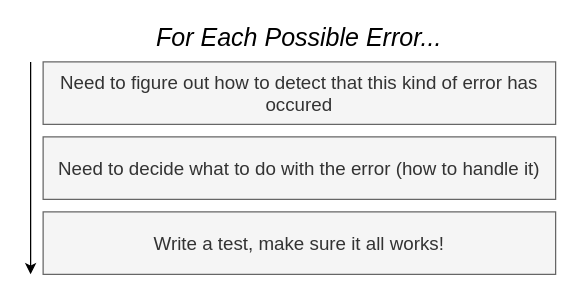
The draw.io diagram page "17 - proc" (12 of 19) of diagrams/08/01.drawio in HappySuzuki/microservices-cast, before the edit. Source tidied: cells renumbered, new cells numbered last; positions are measured from the earlier drawing's top-left corner, leaving out a move shared by most shapes. Both pictures are drawn from the tidied source at 125%, with x=0, y=0 at pixel (30, 24).
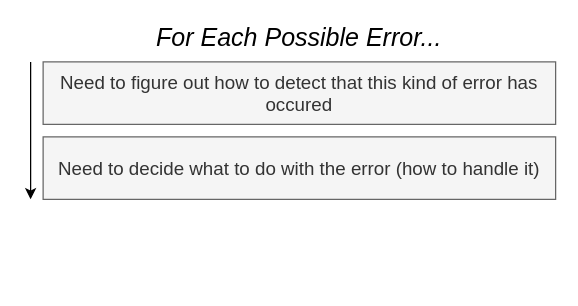
Above is the later version.

Change to the diagram source:
```diff
@@
 <mxGraphModel>
   <root>
     <mxCell id="0" />
     <mxCell id="1" parent="0" />
     <mxCell id="2" value="Need to figure out how to detect that this kind of error has occured" style="rounded=0;whiteSpace=wrap;html=1;fontSize=15;align=center;fillColor=#f5f5f5;strokeColor=#666666;fontColor=#333333;" parent="1" vertex="1">
       <mxGeometry x="10" y="30" width="410" height="50" as="geometry" />
     </mxCell>
     <mxCell id="3" style="endArrow=classic;html=1;fontSize=15;" parent="1" edge="1">
       <mxGeometry relative="1" as="geometry">
         <mxPoint y="30" as="sourcePoint" />
-        <mxPoint y="200" as="targetPoint" />
+        <mxPoint y="140" as="targetPoint" />
       </mxGeometry>
     </mxCell>
     <mxCell id="4" value="For Each Possible Error..." style="text;html=1;strokeColor=none;fillColor=none;align=center;verticalAlign=middle;whiteSpace=wrap;rounded=0;fontSize=20;fontStyle=2;" parent="1" vertex="1">
       <mxGeometry x="80" width="270" height="20" as="geometry" />
     </mxCell>
     <mxCell id="5" value="Need to decide what to do with the error (how to handle it)" style="rounded=0;whiteSpace=wrap;html=1;fontSize=15;align=center;fillColor=#f5f5f5;strokeColor=#666666;fontColor=#333333;" parent="1" vertex="1">
       <mxGeometry x="10" y="90" width="410" height="50" as="geometry" />
     </mxCell>
-    <mxCell id="6" value="Write a test, make sure it all works!" style="rounded=0;whiteSpace=wrap;html=1;fontSize=15;align=center;fillColor=#f5f5f5;strokeColor=#666666;fontColor=#333333;" parent="1" vertex="1">
-      <mxGeometry x="10" y="150" width="410" height="50" as="geometry" />
-    </mxCell>
   </root>
 </mxGraphModel>
```
